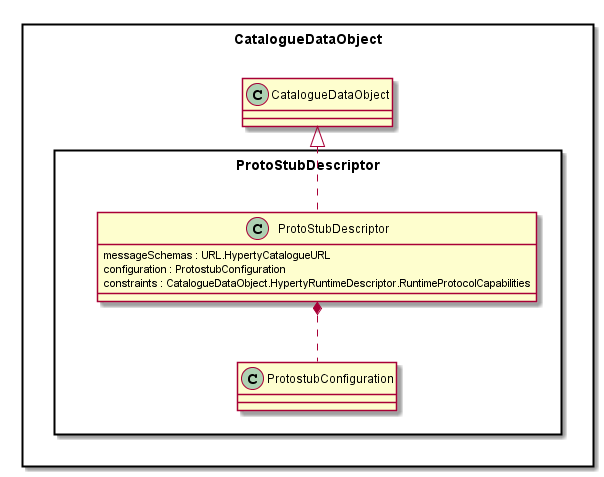
Earlier version of the PlantUML export docs/datamodel/Protostub-Descriptor-Data-Object-Model.png (reTHINK-project/dev-service-framework).
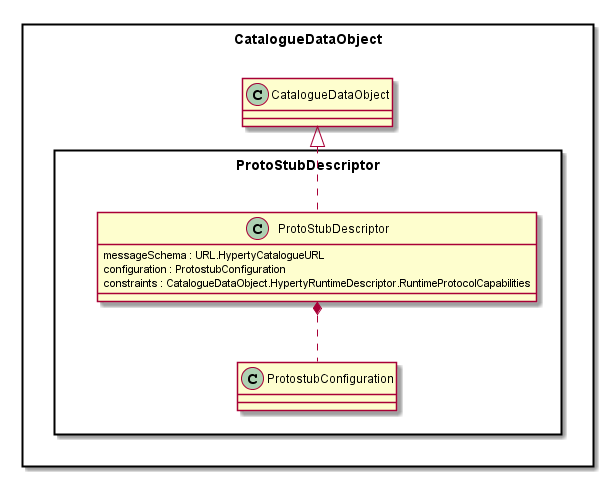
The same diagram one commit later.

Change to the diagram source:
```diff
@@ -5,7 +5,7 @@
 package ProtoStubDescriptor <<Rect>> {
 
 	class ProtoStubDescriptor {
-		messageSchemas : URL.HypertyCatalogueURL
+		messageSchema : URL.HypertyCatalogueURL
 		configuration : ProtostubConfiguration
 		constraints : CatalogueDataObject.HypertyRuntimeDescriptor.RuntimeProtocolCapabilities
 	}
```
